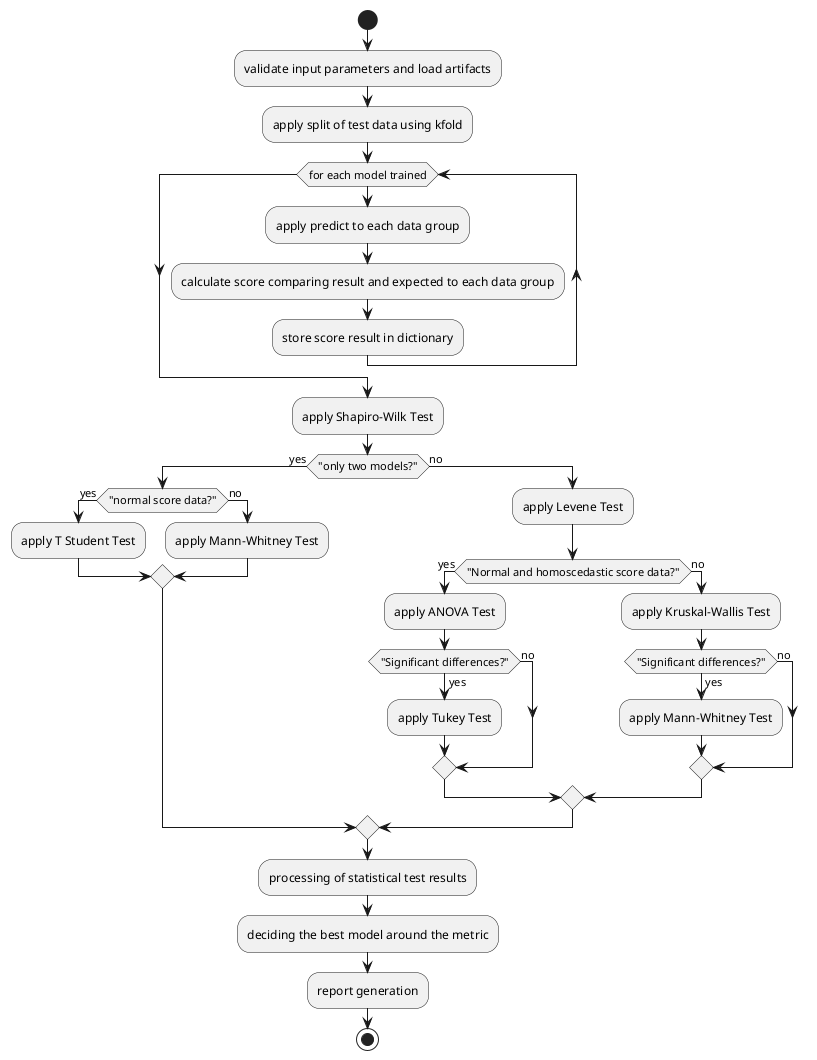
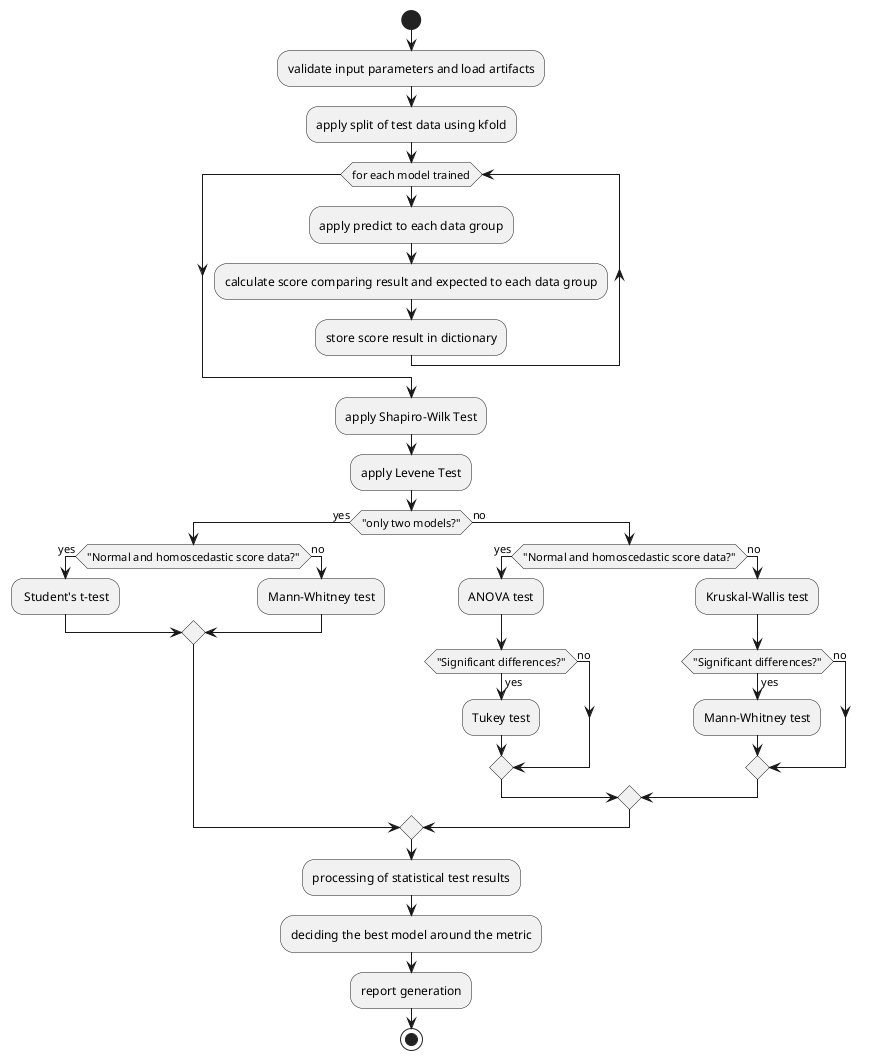
@startuml
	start
    :validate input parameters and load artifacts;
    :apply split of test data using kfold;
	while (for each model trained)
	:apply predict to each data group;
    :calculate score comparing result and expected to each data group;
    :store score result in dictionary;
	endwhile
    :apply Shapiro-Wilk Test;
+     :apply Levene Test;
+ 
    if ("only two models?") then (yes)
-         if ("normal score data?") then (yes)
-             :apply T Student Test;
+         if ("Normal and homoscedastic score data?") then (yes)
+             : Student's t-test;
        else (no)
-             :apply Mann-Whitney Test;
+             :Mann-Whitney test;
        endif
    else (no)
-         :apply Levene Test;
        if ("Normal and homoscedastic score data?") then (yes)
-             :apply ANOVA Test;
+             :ANOVA test;
            if ("Significant differences?") then (yes)
-             :apply Tukey Test;
+             :Tukey test;
            else (no)
            endif
        else (no)
-             :apply Kruskal-Wallis Test;
+             :Kruskal-Wallis test;
            if ("Significant differences?") then (yes)
-             :apply Mann-Whitney Test;
+             :Mann-Whitney test;
            else (no)
            endif
        endif
    endif
    :processing of statistical test results;
    :deciding the best model around the metric;
    :report generation;
	stop
@enduml